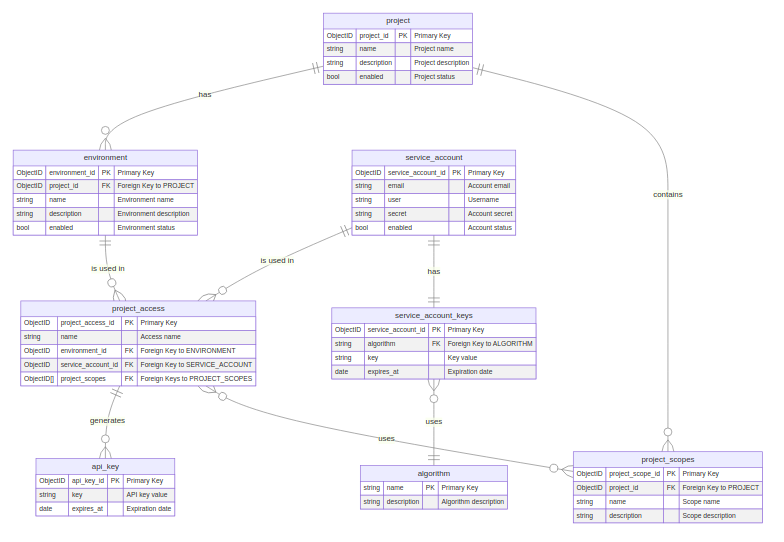
Above: docs/erd/erd.png in refactorartist/buraq (Mermaid), before the change. Its source is kept beside it as docs/erd/erd.mmd.
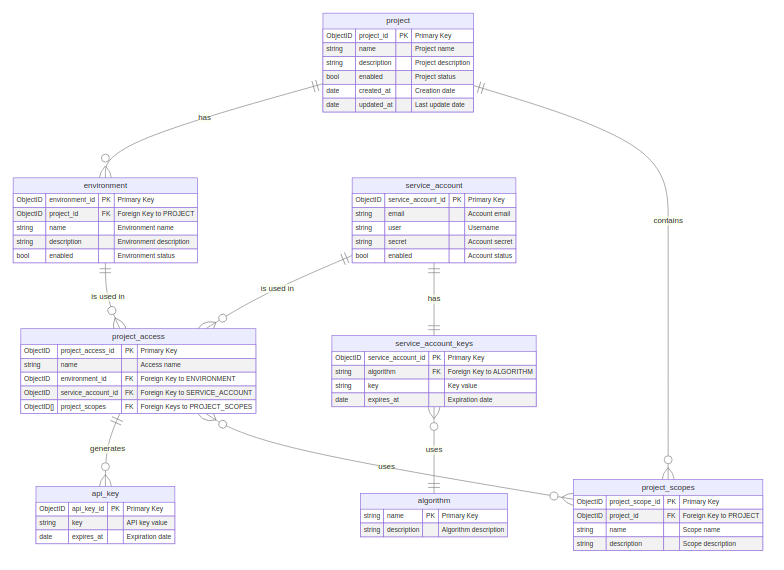
The same file after the commit.

Commit message:
Enhance Project model with timestamps and update ERD

Added 'created_at' and 'updated_at' fields to the Project model to track creation and last update dates. Updated the entity-relationship diagram (ERD) to reflect these changes, ensuring the model accurately represents the project's lifecycle.

Diff of the diagram source:
```diff
@@ -23,6 +23,8 @@
         string name "Project name"
         string description "Project description"
         bool enabled "Project status"
+        date created_at "Creation date"
+        date updated_at "Last update date"
     }
 
     project_access {
```
